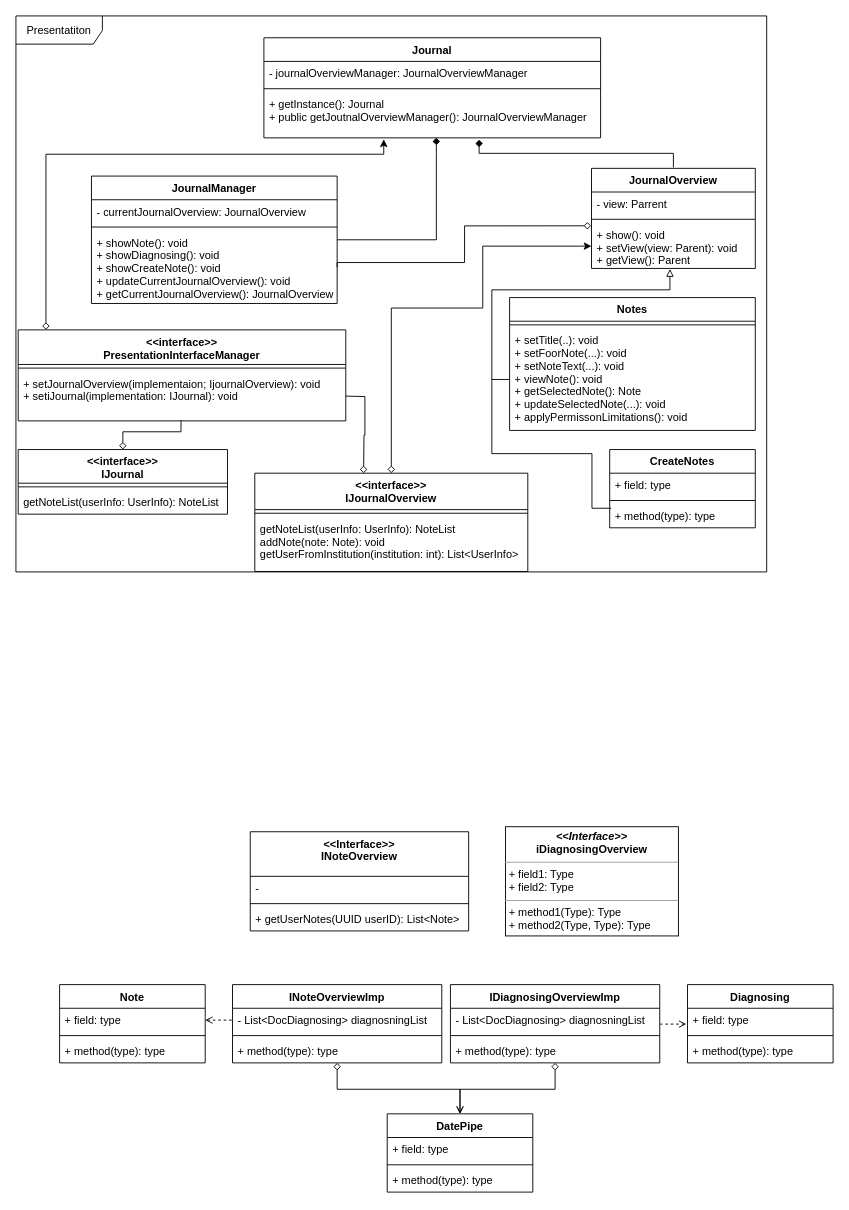
Earlier version of the draw.io diagram docs/diagrams/DesignDiagrammer/Journal/JournalDesignklassediagram_Presentation.drawio (SBangslund/SE02_Projekt). Source tidied: cells renumbered, new cells numbered last; positions are measured from the earlier drawing's top-left corner, leaving out a move shared by most shapes. Both pictures are drawn from the tidied source at 91%, with x=0, y=0 at pixel (15, 15).
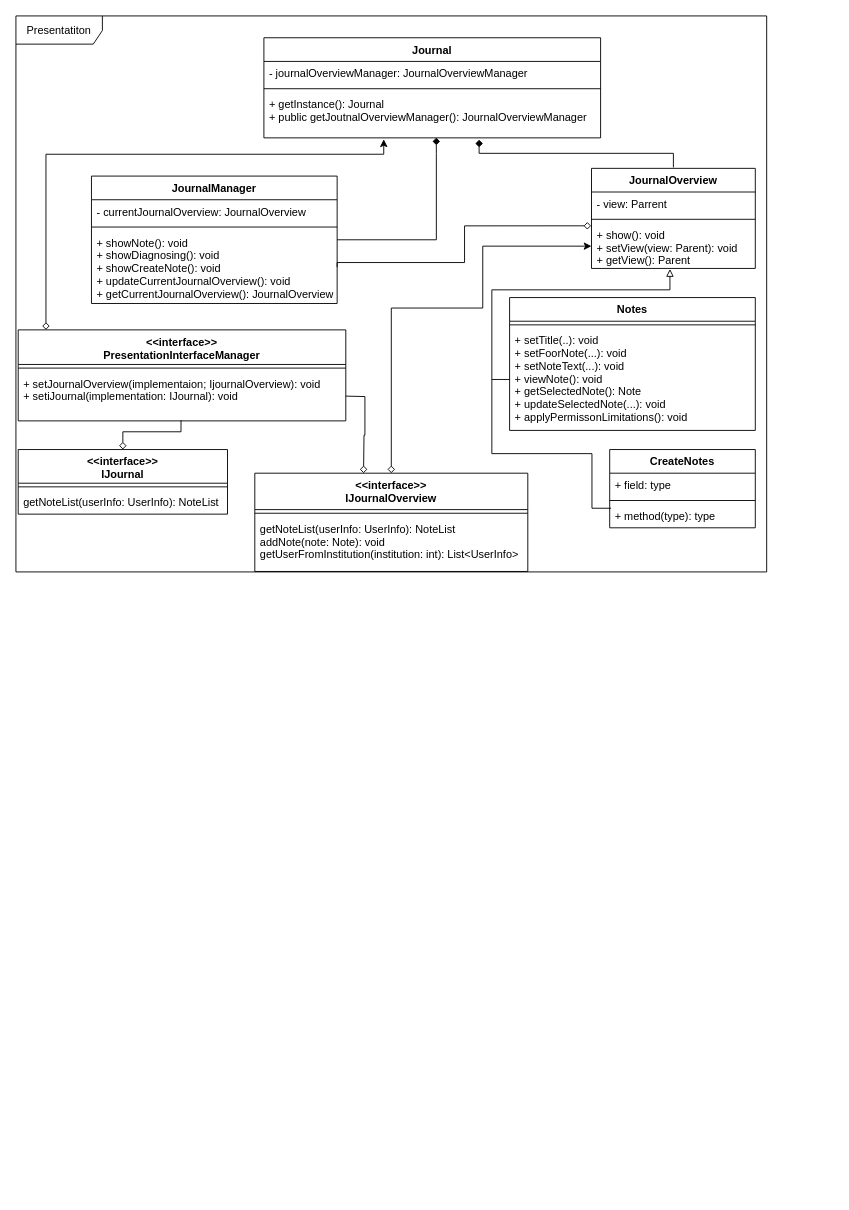
Above is the later version.

Commit message (it also covers changes not shown here):
Journal designklassediagram

Change to the diagram source:
```diff
@@
-    <mxCell id="20" value="&lt;&lt;Interface&gt;&gt;&#10;INoteOverview" style="swimlane;fontStyle=1;align=center;verticalAlign=top;horizontal=1;startSize=49;" parent="1" vertex="1">
-      <mxGeometry x="257.5" y="896.5" width="240" height="109" as="geometry" />
-    </mxCell>
-    <mxCell id="21" value="-" style="text;strokeColor=none;fillColor=none;align=left;verticalAlign=top;spacingLeft=4;spacingRight=4;overflow=hidden;" parent="20" vertex="1">
-      <mxGeometry y="49" width="240" height="26" as="geometry" />
-    </mxCell>
-    <mxCell id="22" style="line;strokeWidth=1;fillColor=none;align=left;verticalAlign=middle;spacingTop=-1;spacingLeft=3;spacingRight=3;labelPosition=right;" parent="20" vertex="1">
-      <mxGeometry y="75" width="240" height="8" as="geometry" />
-    </mxCell>
-    <mxCell id="23" value="+ getUserNotes(UUID userID): List&lt;Note&gt; " style="text;strokeColor=none;fillColor=none;align=left;verticalAlign=top;spacingLeft=4;spacingRight=4;overflow=hidden;" parent="20" vertex="1">
-      <mxGeometry y="83" width="240" height="26" as="geometry" />
-    </mxCell>
-    <mxCell id="24" style="edgeStyle=orthogonalEdgeStyle;rounded=0;jettySize=auto;html=1;startArrow=diamond;startFill=0;endArrow=open;endFill=0;" parent="1" edge="1" source="25" target="49">
-      <mxGeometry relative="1" as="geometry">
-        <Array as="points">
-          <mxPoint x="592" y="1179.5" />
-          <mxPoint x="488" y="1179.5" />
-        </Array>
-      </mxGeometry>
-    </mxCell>
-    <mxCell id="25" value="IDiagnosingOverviewImp" style="swimlane;fontStyle=1;align=center;verticalAlign=top;horizontal=1;startSize=26;" parent="1" vertex="1">
-      <mxGeometry x="477.5" y="1064.5" width="230" height="86" as="geometry" />
-    </mxCell>
-    <mxCell id="26" value="- List&lt;DocDiagnosing&gt; diagnosningList" style="text;strokeColor=none;fillColor=none;align=left;verticalAlign=top;spacingLeft=4;spacingRight=4;overflow=hidden;" parent="25" vertex="1">
-      <mxGeometry y="26" width="230" height="26" as="geometry" />
-    </mxCell>
-    <mxCell id="27" style="line;strokeWidth=1;fillColor=none;align=left;verticalAlign=middle;spacingTop=-1;spacingLeft=3;spacingRight=3;labelPosition=right;" parent="25" vertex="1">
-      <mxGeometry y="52" width="230" height="8" as="geometry" />
-    </mxCell>
-    <mxCell id="28" value="+ method(type): type" style="text;strokeColor=none;fillColor=none;align=left;verticalAlign=top;spacingLeft=4;spacingRight=4;overflow=hidden;" parent="25" vertex="1">
-      <mxGeometry y="60" width="230" height="26" as="geometry" />
-    </mxCell>
@@
-    <mxCell id="33" value="&lt;p style=&quot;margin: 0px ; margin-top: 4px ; text-align: center&quot;&gt;&lt;i&gt;&lt;b&gt;&amp;lt;&amp;lt;Interface&amp;gt;&amp;gt;&lt;/b&gt;&lt;/i&gt;&lt;br&gt;&lt;b&gt;iDiagnosingOverview&lt;/b&gt;&lt;/p&gt;&lt;hr size=&quot;1&quot;&gt;&lt;p style=&quot;margin: 0px ; margin-left: 4px&quot;&gt;+ field1: Type&lt;br&gt;+ field2: Type&lt;/p&gt;&lt;hr size=&quot;1&quot;&gt;&lt;p style=&quot;margin: 0px ; margin-left: 4px&quot;&gt;+ method1(Type): Type&lt;br&gt;+ method2(Type, Type): Type&lt;/p&gt;" style="verticalAlign=top;align=left;overflow=fill;fontSize=12;fontFamily=Helvetica;html=1;" parent="1" vertex="1">
-      <mxGeometry x="538" y="891" width="190" height="120" as="geometry" />
-    </mxCell>
-    <mxCell id="34" style="edgeStyle=orthogonalEdgeStyle;rounded=0;jettySize=auto;html=1;entryX=0.5;entryY=0;entryDx=0;entryDy=0;startArrow=diamond;startFill=0;endArrow=open;endFill=0;" parent="1" edge="1" source="35" target="49">
-      <mxGeometry relative="1" as="geometry">
-        <Array as="points">
-          <mxPoint x="353" y="1179.5" />
-          <mxPoint x="488" y="1179.5" />
-        </Array>
-      </mxGeometry>
-    </mxCell>
-    <mxCell id="35" value="INoteOverviewImp" style="swimlane;fontStyle=1;align=center;verticalAlign=top;horizontal=1;startSize=26;" parent="1" vertex="1">
-      <mxGeometry x="238" y="1064.5" width="230" height="86" as="geometry" />
-    </mxCell>
-    <mxCell id="36" value="- List&lt;DocDiagnosing&gt; diagnosningList" style="text;strokeColor=none;fillColor=none;align=left;verticalAlign=top;spacingLeft=4;spacingRight=4;overflow=hidden;points=[[0,0.5],[1,0.5]];portConstraint=eastwest;" parent="35" vertex="1">
-      <mxGeometry y="26" width="230" height="26" as="geometry" />
-    </mxCell>
-    <mxCell id="37" style="line;strokeWidth=1;fillColor=none;align=left;verticalAlign=middle;spacingTop=-1;spacingLeft=3;spacingRight=3;labelPosition=right;" parent="35" vertex="1">
-      <mxGeometry y="52" width="230" height="8" as="geometry" />
-    </mxCell>
-    <mxCell id="38" value="+ method(type): type" style="text;strokeColor=none;fillColor=none;align=left;verticalAlign=top;spacingLeft=4;spacingRight=4;overflow=hidden;" parent="35" vertex="1">
-      <mxGeometry y="60" width="230" height="26" as="geometry" />
-    </mxCell>
-    <mxCell id="39" style="edgeStyle=orthogonalEdgeStyle;rounded=0;jettySize=auto;html=1;entryX=0;entryY=0.5;entryDx=0;entryDy=0;startArrow=open;startFill=0;endArrow=none;endFill=0;dashed=1;" parent="1" edge="1" source="40" target="36">
-      <mxGeometry relative="1" as="geometry">
-        <Array as="points">
-          <mxPoint x="218" y="1103.5" />
-          <mxPoint x="218" y="1103.5" />
-        </Array>
-      </mxGeometry>
-    </mxCell>
-    <mxCell id="40" value="Note" style="swimlane;fontStyle=1;align=center;verticalAlign=top;horizontal=1;startSize=26;" parent="1" vertex="1">
-      <mxGeometry x="48" y="1064.5" width="160" height="86" as="geometry" />
-    </mxCell>
-    <mxCell id="41" value="+ field: type" style="text;strokeColor=none;fillColor=none;align=left;verticalAlign=top;spacingLeft=4;spacingRight=4;overflow=hidden;" parent="40" vertex="1">
-      <mxGeometry y="26" width="160" height="26" as="geometry" />
-    </mxCell>
-    <mxCell id="42" style="line;strokeWidth=1;fillColor=none;align=left;verticalAlign=middle;spacingTop=-1;spacingLeft=3;spacingRight=3;labelPosition=right;" parent="40" vertex="1">
-      <mxGeometry y="52" width="160" height="8" as="geometry" />
-    </mxCell>
-    <mxCell id="43" value="+ method(type): type" style="text;strokeColor=none;fillColor=none;align=left;verticalAlign=top;spacingLeft=4;spacingRight=4;overflow=hidden;" parent="40" vertex="1">
-      <mxGeometry y="60" width="160" height="26" as="geometry" />
-    </mxCell>
-    <mxCell id="44" style="edgeStyle=orthogonalEdgeStyle;rounded=0;jettySize=auto;html=1;dashed=1;startArrow=open;startFill=0;endArrow=none;endFill=0;exitX=-0.008;exitY=0.669;exitDx=0;exitDy=0;exitPerimeter=0;" parent="1" edge="1" source="46">
-      <mxGeometry relative="1" as="geometry">
-        <mxPoint x="708" y="1107.5" as="targetPoint" />
-      </mxGeometry>
-    </mxCell>
-    <mxCell id="45" value="Diagnosing" style="swimlane;fontStyle=1;align=center;verticalAlign=top;horizontal=1;startSize=26;" parent="1" vertex="1">
-      <mxGeometry x="738" y="1064.5" width="160" height="86" as="geometry" />
-    </mxCell>
-    <mxCell id="46" value="+ field: type" style="text;strokeColor=none;fillColor=none;align=left;verticalAlign=top;spacingLeft=4;spacingRight=4;overflow=hidden;points=[[0,0.5],[1,0.5]];portConstraint=eastwest;" parent="45" vertex="1">
-      <mxGeometry y="26" width="160" height="26" as="geometry" />
-    </mxCell>
-    <mxCell id="47" style="line;strokeWidth=1;fillColor=none;align=left;verticalAlign=middle;spacingTop=-1;spacingLeft=3;spacingRight=3;labelPosition=right;" parent="45" vertex="1">
-      <mxGeometry y="52" width="160" height="8" as="geometry" />
-    </mxCell>
-    <mxCell id="48" value="+ method(type): type" style="text;strokeColor=none;fillColor=none;align=left;verticalAlign=top;spacingLeft=4;spacingRight=4;overflow=hidden;" parent="45" vertex="1">
-      <mxGeometry y="60" width="160" height="26" as="geometry" />
-    </mxCell>
-    <mxCell id="49" value="DatePipe" style="swimlane;fontStyle=1;align=center;verticalAlign=top;horizontal=1;startSize=26;" parent="1" vertex="1">
-      <mxGeometry x="408" y="1206.5" width="160" height="86" as="geometry" />
-    </mxCell>
-    <mxCell id="50" value="+ field: type" style="text;strokeColor=none;fillColor=none;align=left;verticalAlign=top;spacingLeft=4;spacingRight=4;overflow=hidden;" parent="49" vertex="1">
-      <mxGeometry y="26" width="160" height="26" as="geometry" />
-    </mxCell>
-    <mxCell id="51" style="line;strokeWidth=1;fillColor=none;align=left;verticalAlign=middle;spacingTop=-1;spacingLeft=3;spacingRight=3;labelPosition=right;" parent="49" vertex="1">
-      <mxGeometry y="52" width="160" height="8" as="geometry" />
-    </mxCell>
-    <mxCell id="52" value="+ method(type): type" style="text;strokeColor=none;fillColor=none;align=left;verticalAlign=top;spacingLeft=4;spacingRight=4;overflow=hidden;" parent="49" vertex="1">
-      <mxGeometry y="60" width="160" height="26" as="geometry" />
-    </mxCell>
```
